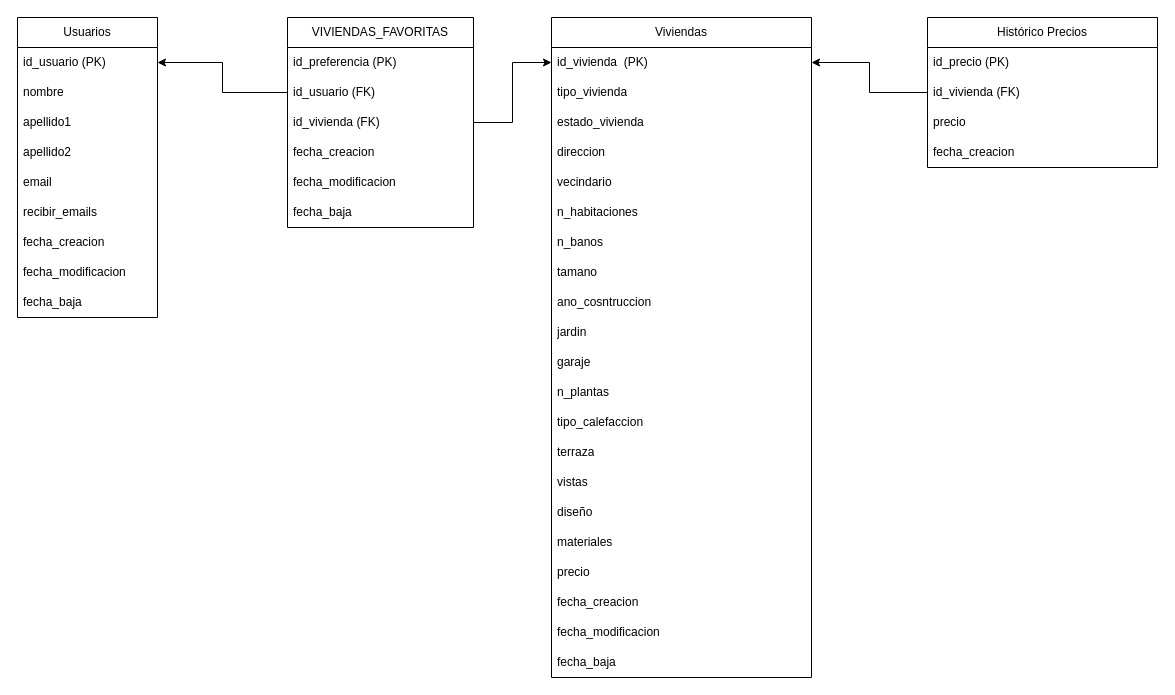
The draw.io diagram page "Modelo de Datos" (2 of 3) of doc/ActividadCloud.drawio in Jurbina0/Actividad-CLOUD, before the edit. Source tidied: cells renumbered, new cells numbered last; positions are measured from the earlier drawing's top-left corner, leaving out a move shared by most shapes. Both pictures are drawn from the tidied source at 100%, with x=0, y=0 at pixel (17, 17).
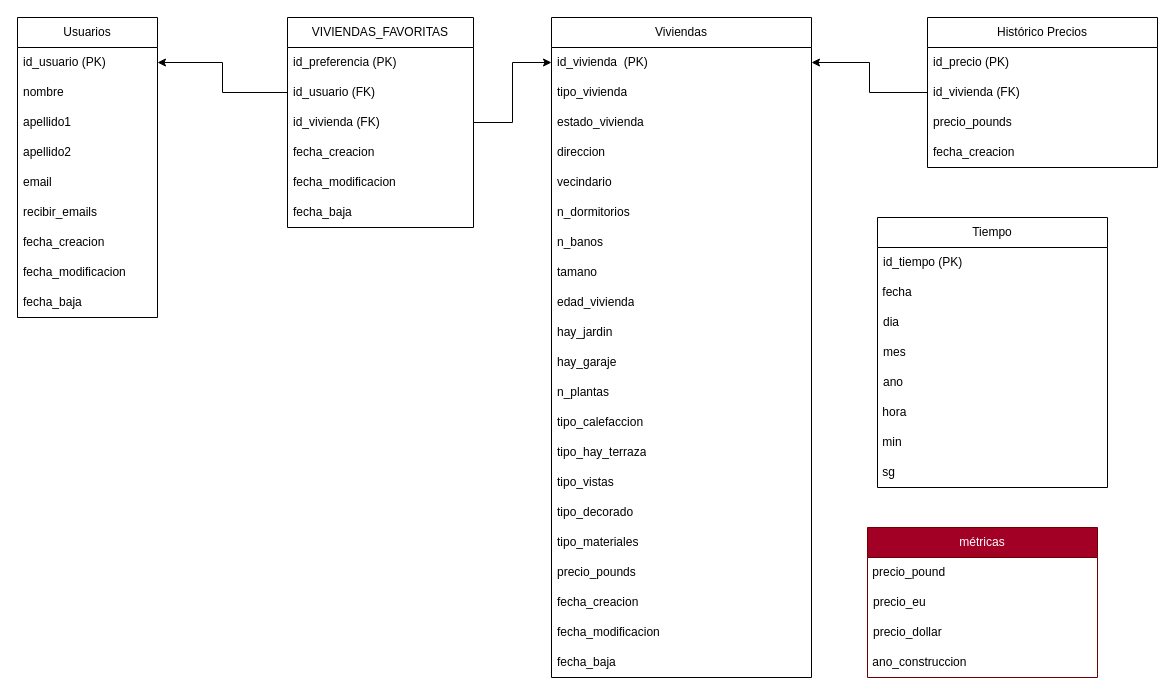
After the change.

Commit message (it also covers changes not shown here):
cambios en el diagrama, datos limpiados, intento de connexión base de datos

The change refers to these unchanged cells:
```xml
<mxCell id="2" value="Viviendas" style="swimlane;fontStyle=0;horizontal=1;startSize=30;whiteSpace=wrap;html=1;" parent="1" vertex="1">
  <mxGeometry x="534" width="260" height="660" as="geometry" />
</mxCell>
<mxCell id="24" value="Histórico Precios" style="swimlane;fontStyle=0;horizontal=1;startSize=30;whiteSpace=wrap;html=1;" parent="1" vertex="1">
  <mxGeometry x="910" width="230" height="150" as="geometry" />
</mxCell>
```

Change to the diagram source:
```diff
@@
-    <mxCell id="8" value="n_habitaciones" style="text;strokeColor=none;fillColor=none;align=left;verticalAlign=middle;spacingLeft=4;spacingRight=4;overflow=hidden;whiteSpace=wrap;html=1;" parent="2" vertex="1">
+    <mxCell id="8" value="n_dormitorios" style="text;strokeColor=none;fillColor=none;align=left;verticalAlign=middle;spacingLeft=4;spacingRight=4;overflow=hidden;whiteSpace=wrap;html=1;" parent="2" vertex="1">
       <mxGeometry y="180" width="260" height="30" as="geometry" />
     </mxCell>
@@
-    <mxCell id="11" value="ano_cosntruccion" style="text;strokeColor=none;fillColor=none;align=left;verticalAlign=middle;spacingLeft=4;spacingRight=4;overflow=hidden;whiteSpace=wrap;html=1;" parent="2" vertex="1">
+    <mxCell id="11" value="edad_vivienda" style="text;strokeColor=none;fillColor=none;align=left;verticalAlign=middle;spacingLeft=4;spacingRight=4;overflow=hidden;whiteSpace=wrap;html=1;" parent="2" vertex="1">
       <mxGeometry y="270" width="260" height="30" as="geometry" />
     </mxCell>
-    <mxCell id="12" value="jardin" style="text;strokeColor=none;fillColor=none;align=left;verticalAlign=middle;spacingLeft=4;spacingRight=4;overflow=hidden;whiteSpace=wrap;html=1;" parent="2" vertex="1">
+    <mxCell id="12" value="hay_jardin" style="text;strokeColor=none;fillColor=none;align=left;verticalAlign=middle;spacingLeft=4;spacingRight=4;overflow=hidden;whiteSpace=wrap;html=1;" parent="2" vertex="1">
       <mxGeometry y="300" width="260" height="30" as="geometry" />
     </mxCell>
-    <mxCell id="13" value="garaje" style="text;strokeColor=none;fillColor=none;align=left;verticalAlign=middle;spacingLeft=4;spacingRight=4;overflow=hidden;whiteSpace=wrap;html=1;" parent="2" vertex="1">
+    <mxCell id="13" value="hay_garaje" style="text;strokeColor=none;fillColor=none;align=left;verticalAlign=middle;spacingLeft=4;spacingRight=4;overflow=hidden;whiteSpace=wrap;html=1;" parent="2" vertex="1">
       <mxGeometry y="330" width="260" height="30" as="geometry" />
     </mxCell>
@@
-    <mxCell id="16" value="terraza" style="text;strokeColor=none;fillColor=none;align=left;verticalAlign=middle;spacingLeft=4;spacingRight=4;overflow=hidden;whiteSpace=wrap;html=1;" parent="2" vertex="1">
+    <mxCell id="16" value="tipo_hay_terraza" style="text;strokeColor=none;fillColor=none;align=left;verticalAlign=middle;spacingLeft=4;spacingRight=4;overflow=hidden;whiteSpace=wrap;html=1;" parent="2" vertex="1">
       <mxGeometry y="420" width="260" height="30" as="geometry" />
     </mxCell>
-    <mxCell id="17" value="vistas" style="text;strokeColor=none;fillColor=none;align=left;verticalAlign=middle;spacingLeft=4;spacingRight=4;overflow=hidden;whiteSpace=wrap;html=1;" parent="2" vertex="1">
+    <mxCell id="17" value="tipo_vistas" style="text;strokeColor=none;fillColor=none;align=left;verticalAlign=middle;spacingLeft=4;spacingRight=4;overflow=hidden;whiteSpace=wrap;html=1;" parent="2" vertex="1">
       <mxGeometry y="450" width="260" height="30" as="geometry" />
     </mxCell>
-    <mxCell id="18" value="diseño" style="text;strokeColor=none;fillColor=none;align=left;verticalAlign=middle;spacingLeft=4;spacingRight=4;overflow=hidden;whiteSpace=wrap;html=1;" parent="2" vertex="1">
+    <mxCell id="18" value="tipo_decorado" style="text;strokeColor=none;fillColor=none;align=left;verticalAlign=middle;spacingLeft=4;spacingRight=4;overflow=hidden;whiteSpace=wrap;html=1;" parent="2" vertex="1">
       <mxGeometry y="480" width="260" height="30" as="geometry" />
     </mxCell>
-    <mxCell id="19" value="materiales" style="text;strokeColor=none;fillColor=none;align=left;verticalAlign=middle;spacingLeft=4;spacingRight=4;overflow=hidden;whiteSpace=wrap;html=1;" parent="2" vertex="1">
+    <mxCell id="19" value="tipo_materiales" style="text;strokeColor=none;fillColor=none;align=left;verticalAlign=middle;spacingLeft=4;spacingRight=4;overflow=hidden;whiteSpace=wrap;html=1;" parent="2" vertex="1">
       <mxGeometry y="510" width="260" height="30" as="geometry" />
     </mxCell>
-    <mxCell id="20" value="precio" style="text;strokeColor=none;fillColor=none;align=left;verticalAlign=middle;spacingLeft=4;spacingRight=4;overflow=hidden;whiteSpace=wrap;html=1;" parent="2" vertex="1">
+    <mxCell id="20" value="precio_pounds" style="text;strokeColor=none;fillColor=none;align=left;verticalAlign=middle;spacingLeft=4;spacingRight=4;overflow=hidden;whiteSpace=wrap;html=1;" parent="2" vertex="1">
       <mxGeometry y="540" width="260" height="30" as="geometry" />
     </mxCell>
@@
-    <mxCell id="27" value="precio" style="text;strokeColor=none;fillColor=none;align=left;verticalAlign=middle;spacingLeft=4;spacingRight=4;overflow=hidden;whiteSpace=wrap;html=1;" parent="24" vertex="1">
+    <mxCell id="27" value="precio_pounds" style="text;strokeColor=none;fillColor=none;align=left;verticalAlign=middle;spacingLeft=4;spacingRight=4;overflow=hidden;whiteSpace=wrap;html=1;" parent="24" vertex="1">
       <mxGeometry y="90" width="230" height="30" as="geometry" />
     </mxCell>
@@
+    <mxCell id="49" value="Tiempo" style="swimlane;fontStyle=0;horizontal=1;startSize=30;whiteSpace=wrap;html=1;" parent="1" vertex="1">
+      <mxGeometry x="860" y="200" width="230" height="270" as="geometry" />
+    </mxCell>
+    <mxCell id="50" value="id_tiempo (PK)" style="text;strokeColor=none;fillColor=none;align=left;verticalAlign=middle;spacingLeft=4;spacingRight=4;overflow=hidden;whiteSpace=wrap;html=1;" parent="49" vertex="1">
+      <mxGeometry y="30" width="230" height="30" as="geometry" />
+    </mxCell>
+    <mxCell id="51" value="&amp;nbsp;fecha" style="text;strokeColor=none;align=left;fillColor=none;html=1;verticalAlign=middle;whiteSpace=wrap;rounded=0;" parent="49" vertex="1">
+      <mxGeometry y="60" width="230" height="30" as="geometry" />
+    </mxCell>
+    <mxCell id="52" value="dia" style="text;strokeColor=none;fillColor=none;align=left;verticalAlign=middle;spacingLeft=4;spacingRight=4;overflow=hidden;whiteSpace=wrap;html=1;" parent="49" vertex="1">
+      <mxGeometry y="90" width="230" height="30" as="geometry" />
+    </mxCell>
+    <mxCell id="53" value="mes" style="text;strokeColor=none;fillColor=none;align=left;verticalAlign=middle;spacingLeft=4;spacingRight=4;overflow=hidden;whiteSpace=wrap;html=1;" parent="49" vertex="1">
+      <mxGeometry y="120" width="230" height="30" as="geometry" />
+    </mxCell>
+    <mxCell id="54" value="ano" style="text;strokeColor=none;fillColor=none;align=left;verticalAlign=middle;spacingLeft=4;spacingRight=4;overflow=hidden;whiteSpace=wrap;html=1;" parent="49" vertex="1">
+      <mxGeometry y="150" width="230" height="30" as="geometry" />
+    </mxCell>
+    <mxCell id="55" value="&amp;nbsp;hora" style="text;strokeColor=none;align=left;fillColor=none;html=1;verticalAlign=middle;whiteSpace=wrap;rounded=0;" parent="49" vertex="1">
+      <mxGeometry y="180" width="230" height="30" as="geometry" />
+    </mxCell>
+    <mxCell id="56" value="&amp;nbsp;min" style="text;strokeColor=none;align=left;fillColor=none;html=1;verticalAlign=middle;whiteSpace=wrap;rounded=0;labelPosition=center;verticalLabelPosition=middle;" parent="49" vertex="1">
+      <mxGeometry y="210" width="230" height="30" as="geometry" />
+    </mxCell>
+    <mxCell id="57" value="&amp;nbsp;sg" style="text;strokeColor=none;align=left;fillColor=none;html=1;verticalAlign=middle;whiteSpace=wrap;rounded=0;labelPosition=center;verticalLabelPosition=middle;" parent="49" vertex="1">
+      <mxGeometry y="240" width="230" height="30" as="geometry" />
+    </mxCell>
+    <mxCell id="58" value="métricas" style="swimlane;fontStyle=0;horizontal=1;startSize=30;whiteSpace=wrap;html=1;fillColor=#a20025;fontColor=#ffffff;strokeColor=#6F0000;" parent="1" vertex="1">
+      <mxGeometry x="850" y="510" width="230" height="150" as="geometry" />
+    </mxCell>
+    <mxCell id="59" value="&amp;nbsp;precio_pound" style="text;strokeColor=none;align=left;fillColor=none;html=1;verticalAlign=middle;whiteSpace=wrap;rounded=0;" parent="58" vertex="1">
+      <mxGeometry y="30" width="230" height="30" as="geometry" />
+    </mxCell>
+    <mxCell id="60" value="precio_eu" style="text;strokeColor=none;fillColor=none;align=left;verticalAlign=middle;spacingLeft=4;spacingRight=4;overflow=hidden;whiteSpace=wrap;html=1;" parent="58" vertex="1">
+      <mxGeometry y="60" width="230" height="30" as="geometry" />
+    </mxCell>
+    <mxCell id="61" value="precio_dollar" style="text;strokeColor=none;fillColor=none;align=left;verticalAlign=middle;spacingLeft=4;spacingRight=4;overflow=hidden;whiteSpace=wrap;html=1;" parent="58" vertex="1">
+      <mxGeometry y="90" width="230" height="30" as="geometry" />
+    </mxCell>
+    <mxCell id="62" value="&amp;nbsp;ano_construccion" style="text;strokeColor=none;align=left;fillColor=none;html=1;verticalAlign=middle;whiteSpace=wrap;rounded=0;" parent="58" vertex="1">
+      <mxGeometry y="120" width="230" height="30" as="geometry" />
+    </mxCell>
```
